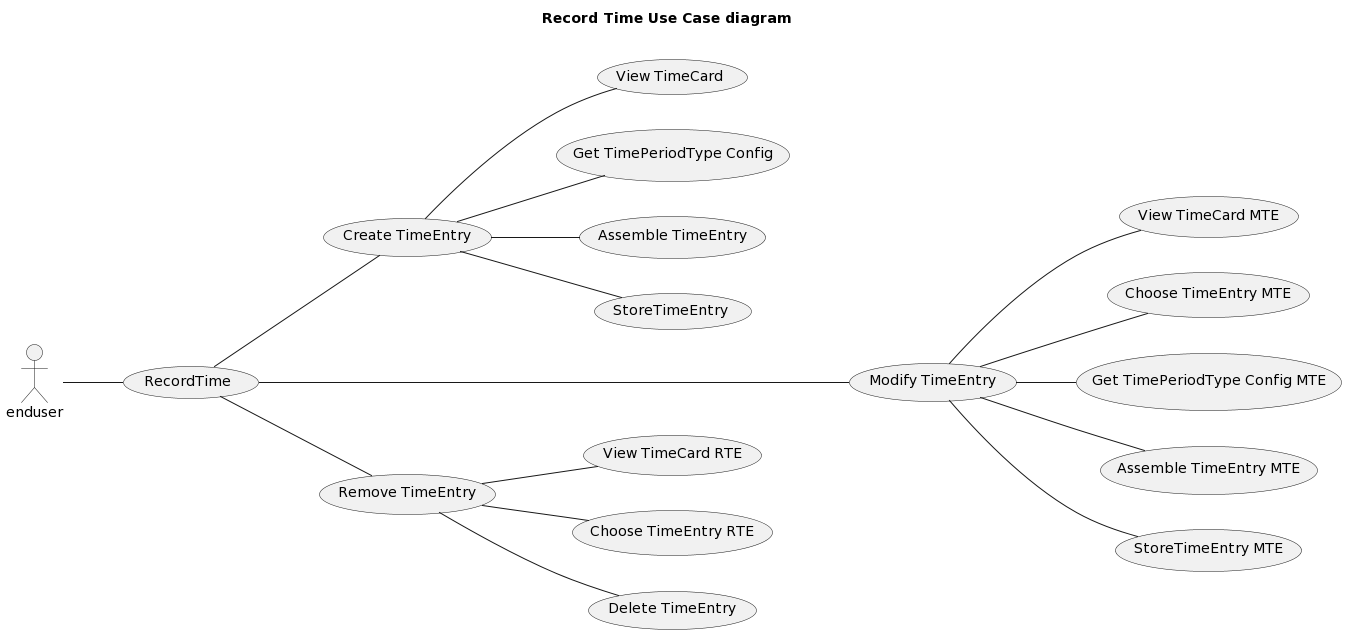
The PlantUML diagram docs/images/record-time-use-cases.png in UKHomeOffice/callisto-timecard-restapi, before a commit.
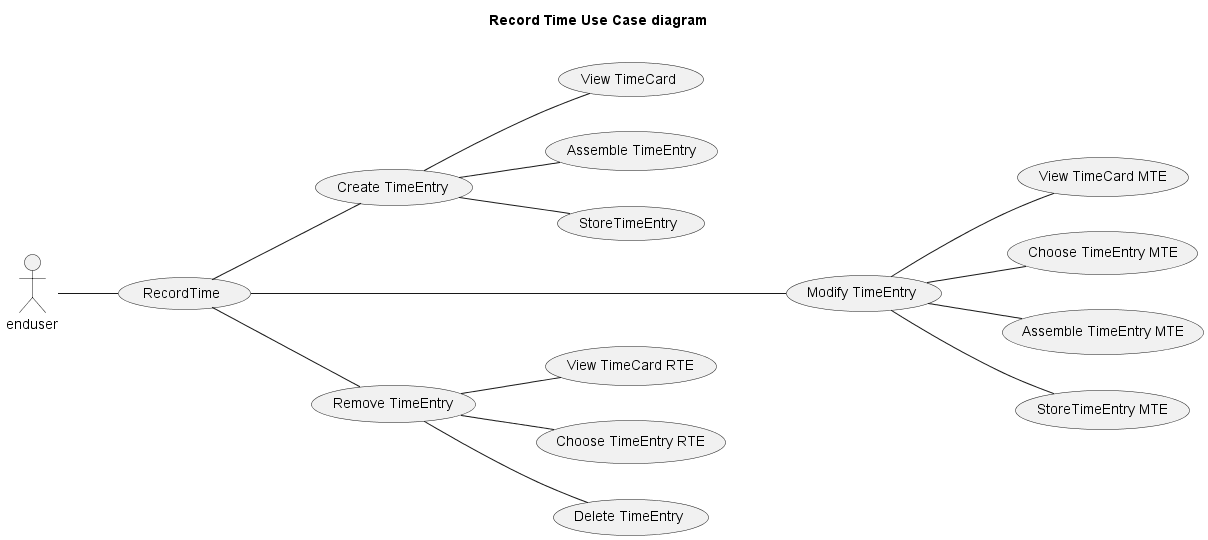
Later version of the same file.

What changed in the source:
```diff
@@ -7,13 +7,11 @@
   enduser -- (RecordTime)
   (RecordTime) -- (Create TimeEntry)
   (Create TimeEntry) -- (View TimeCard)
-  (Create TimeEntry) -- (Get TimePeriodType Config)
   (Create TimeEntry) -- (Assemble TimeEntry)
   (Create TimeEntry) -- (StoreTimeEntry)
   (RecordTime) ---- (Modify TimeEntry)
   (Modify TimeEntry) -- (View TimeCard MTE)
   (Modify TimeEntry) -- (Choose TimeEntry MTE)
-  (Modify TimeEntry) -- (Get TimePeriodType Config MTE)
   (Modify TimeEntry) -- (Assemble TimeEntry MTE)
   (Modify TimeEntry) -- (StoreTimeEntry MTE)
   (RecordTime) -- (Remove TimeEntry)
```
